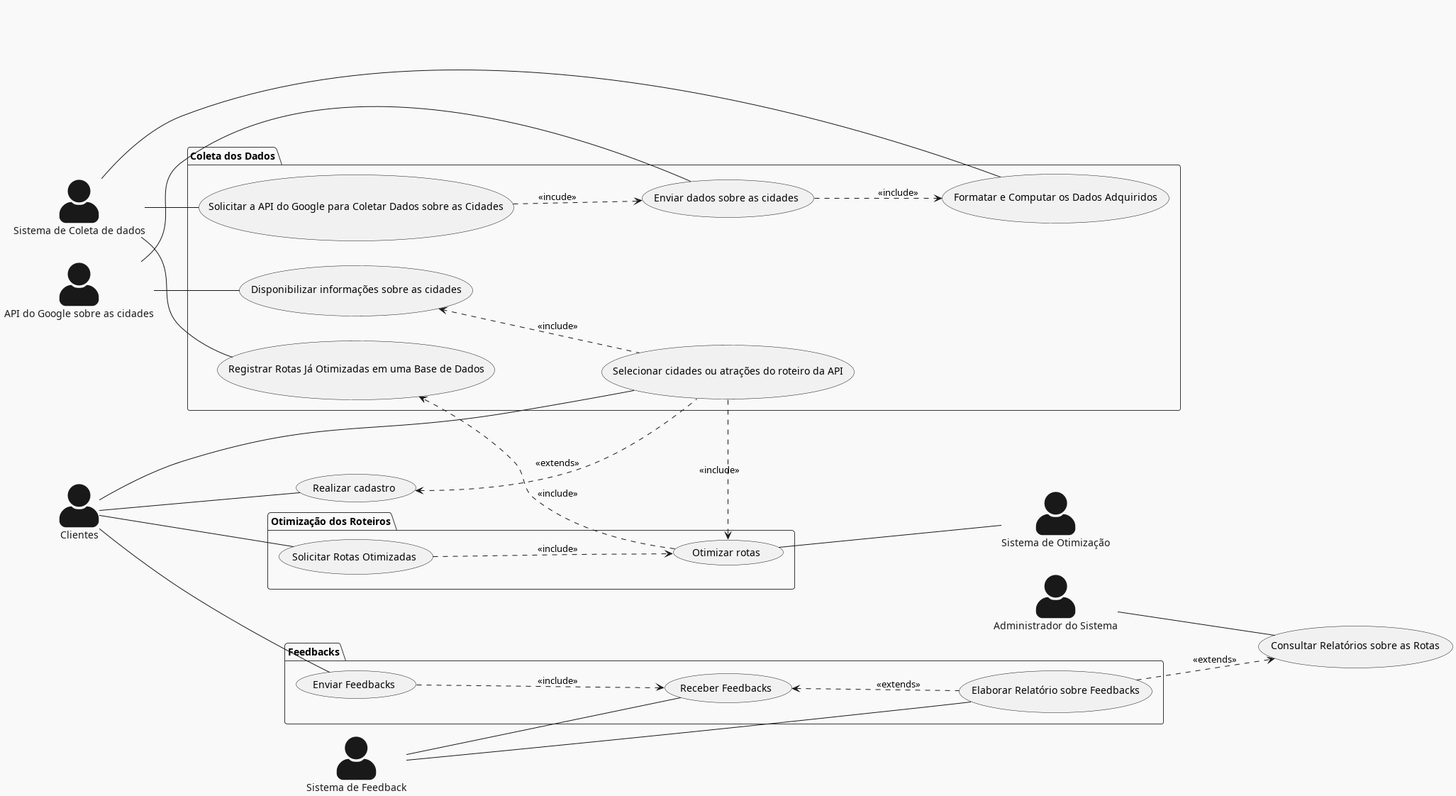
Above: Relatório/Semana-1/Diagramas/DCU.png in pedrodilallo/site_turismo_SIG (PlantUML), before the change.
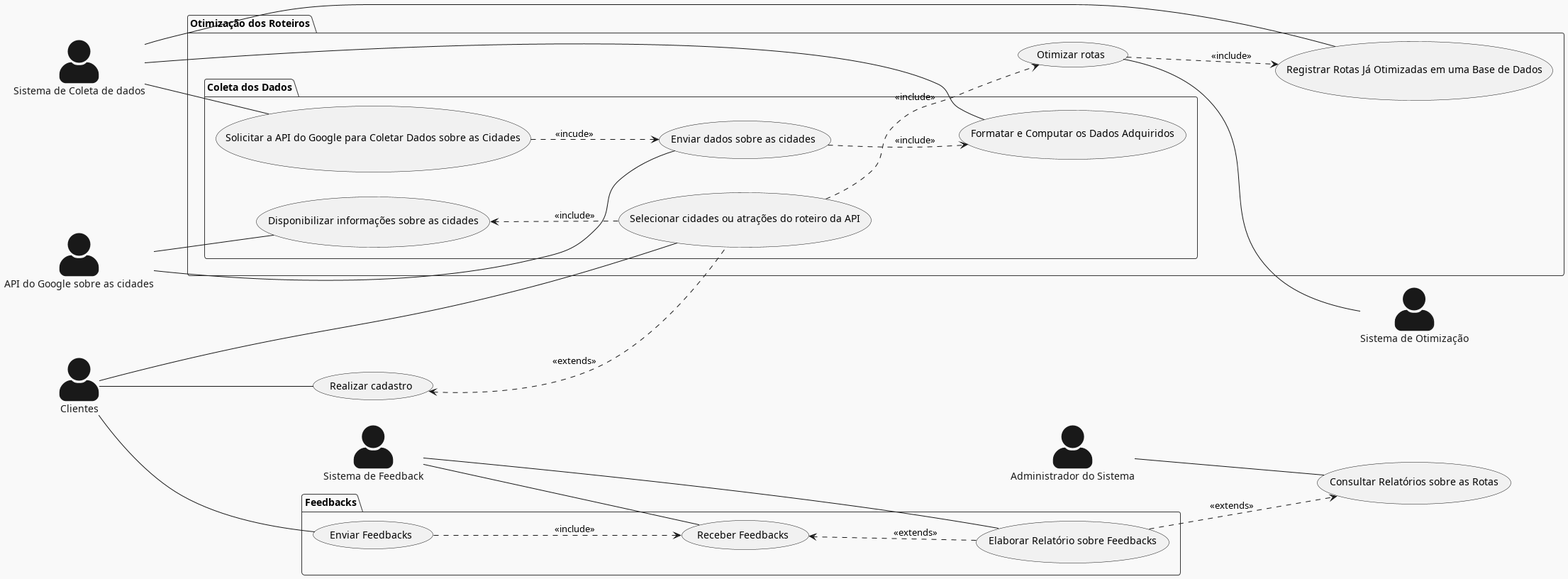
After the commit.

Commit message:
Mais correções DCU

The edit, as a diff of the source:
```diff
@@ -13,28 +13,28 @@
 cliente -- (Realizar cadastro)
 
 
-package "Coleta dos Dados"{
-cliente -- (Selecionar cidades ou atrações do roteiro da API)
-
-coletador -- (Solicitar a API do Google para Coletar Dados sobre as Cidades)
-coletador -- (Registrar Rotas Já Otimizadas em uma Base de Dados)
-coletador -- (Formatar e Computar os Dados Adquiridos)
-API -- (Enviar dados sobre as cidades)
-API -- (Disponibilizar informações sobre as cidades)
-(Disponibilizar informações sobre as cidades) <.. (Selecionar cidades ou atrações do roteiro da API) : <<include>>
-
-
-
-}
 
 
 package "Otimização dos Roteiros"{
-cliente -- (Solicitar Rotas Otimizadas)
+
+
 (Otimizar rotas) -- otimizador
-(Solicitar Rotas Otimizadas) ..> (Otimizar rotas) : <<include>>
-(Selecionar cidades ou atrações do roteiro da API) ..> (Otimizar rotas): <<include>>
-(Solicitar a API do Google para Coletar Dados sobre as Cidades) ..> (Enviar dados sobre as cidades) : <<incude>>
 (Otimizar rotas) ..> (Registrar Rotas Já Otimizadas em uma Base de Dados) : <<include>>
+
+    package "Coleta dos Dados"{
+        cliente -- (Selecionar cidades ou atrações do roteiro da API)
+        (Selecionar cidades ou atrações do roteiro da API) ..> (Otimizar rotas): <<include>>
+        (Solicitar a API do Google para Coletar Dados sobre as Cidades) ..> (Enviar dados sobre as cidades) : <<incude>>
+        coletador -- (Solicitar a API do Google para Coletar Dados sobre as Cidades)
+        coletador -- (Registrar Rotas Já Otimizadas em uma Base de Dados)
+        coletador -- (Formatar e Computar os Dados Adquiridos)
+        API -- (Enviar dados sobre as cidades)
+        API -- (Disponibilizar informações sobre as cidades)
+        (Disponibilizar informações sobre as cidades) <.. (Selecionar cidades ou atrações do roteiro da API) : <<include>>
+
+    }
+
+
 
 }
 
```
